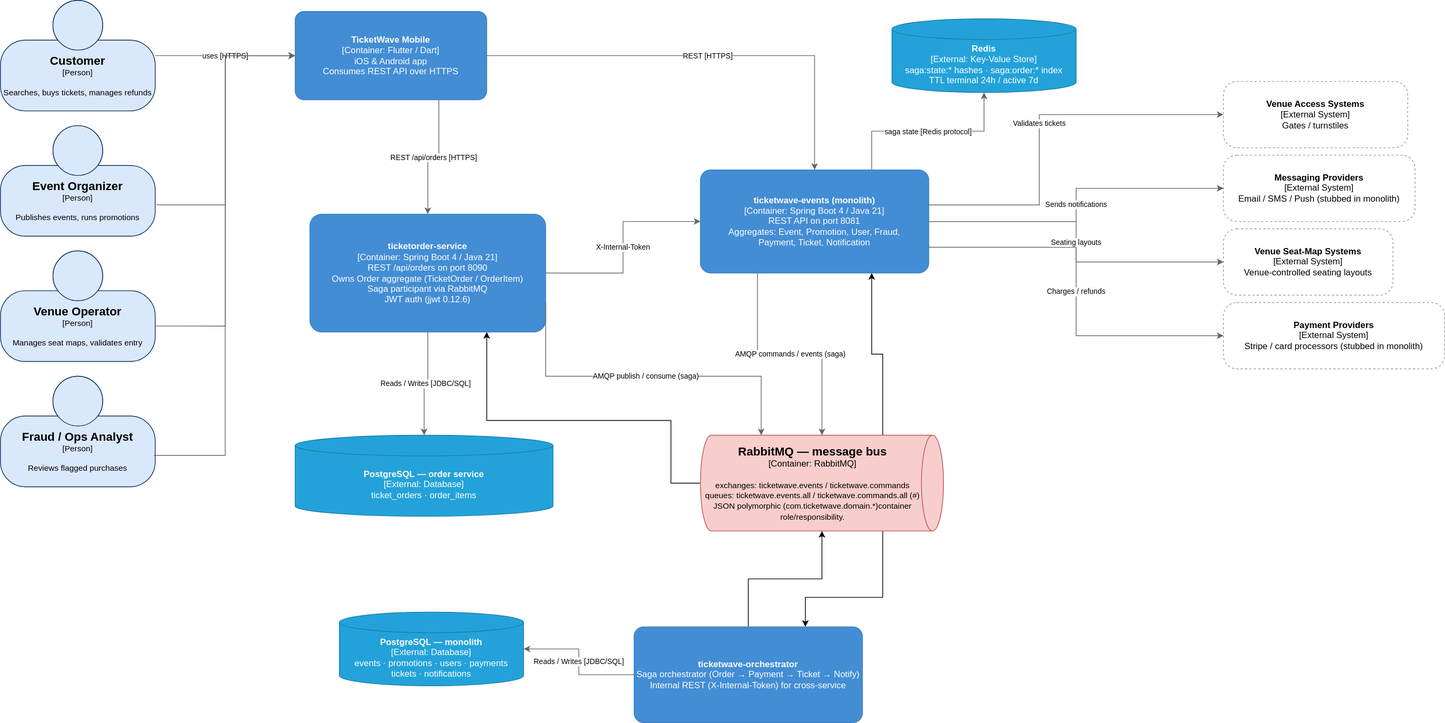
The draw.io diagram diagrams/c4model/ticketwave-c2-container.drawio.svg in Juanchoque1206/ticketwave-extract-service, before a commit. Source tidied: cells renumbered, new cells last; positions are measured from the earlier drawing's top-left corner, leaving out a move shared by most shapes.
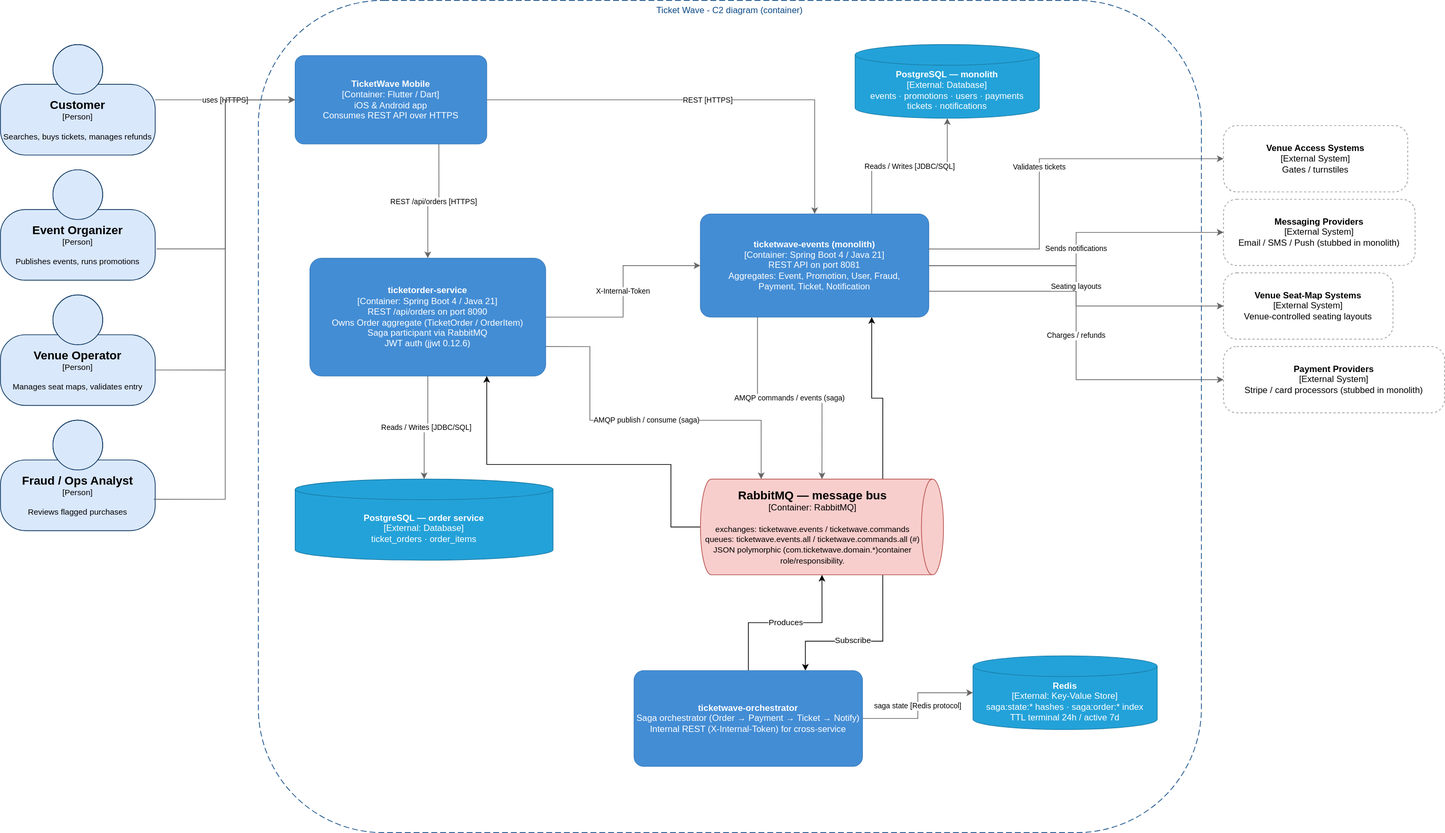
Later version of the same file.

The edit, as a diff of the source:
```diff
@@ -27,10 +27,10 @@
       <mxGeometry x="400" y="590" width="350" height="110" as="geometry" />
     </mxCell>
     <mxCell id="10" value="&lt;b&gt;Redis&lt;/b&gt;&lt;br&gt;[External: Key-Value Store]&lt;br&gt;saga:state:* hashes · saga:order:* index&lt;br&gt;TTL terminal 24h / active 7d" style="shape=cylinder3;whiteSpace=wrap;html=1;boundedLbl=1;backgroundOutline=1;size=14;fillColor=#23a2d9;strokeColor=#1a7da8;fontColor=#ffffff;" parent="1" vertex="1">
-      <mxGeometry x="1210" y="25" width="250" height="100" as="geometry" />
+      <mxGeometry x="1320" y="830" width="250" height="100" as="geometry" />
     </mxCell>
     <mxCell id="11" value="&lt;b&gt;PostgreSQL — monolith&lt;/b&gt;&lt;br&gt;[External: Database]&lt;br&gt;events · promotions · users · payments&lt;br&gt;tickets · notifications" style="shape=cylinder3;whiteSpace=wrap;html=1;boundedLbl=1;backgroundOutline=1;size=14;fillColor=#23a2d9;strokeColor=#1a7da8;fontColor=#ffffff;" parent="1" vertex="1">
-      <mxGeometry x="460" y="830" width="250" height="100" as="geometry" />
+      <mxGeometry x="1160" width="250" height="100" as="geometry" />
     </mxCell>
     <mxCell id="12" style="edgeStyle=orthogonalEdgeStyle;rounded=0;jettySize=auto;html=1;entryX=0.75;entryY=0;entryDx=0;entryDy=0;exitX=1;exitY=0.25;exitDx=0;exitDy=0;exitPerimeter=0;" parent="1" edge="1" source="37" target="36">
       <mxGeometry relative="1" as="geometry">
@@ -40,6 +40,11 @@
         </Array>
       </mxGeometry>
     </mxCell>
+    <mxCell id="38" value="Subscribe" style="edgeLabel;html=1;align=center;verticalAlign=middle;" parent="12" vertex="1">
+      <mxGeometry x="0.12" y="-2" relative="1" as="geometry">
+        <mxPoint x="-1" as="offset" />
+      </mxGeometry>
+    </mxCell>
     <mxCell id="13" style="edgeStyle=orthogonalEdgeStyle;rounded=0;jettySize=auto;html=1;entryX=0.75;entryY=1;entryDx=0;entryDy=0;exitX=0;exitY=0.25;exitDx=0;exitDy=0;exitPerimeter=0;" parent="1" edge="1" source="37" target="8">
       <mxGeometry relative="1" as="geometry" />
     </mxCell>
@@ -88,8 +93,9 @@
     <mxCell id="26" value="AMQP publish / consume (saga)" style="edgeStyle=orthogonalEdgeStyle;rounded=0;jettySize=auto;html=1;strokeColor=#666666;fontSize=10;entryX=0;entryY=0.75;entryDx=0;entryDy=0;exitX=1;exitY=0.75;exitDx=0;exitDy=0;entryPerimeter=0;" parent="1" edge="1" source="7" target="37">
       <mxGeometry relative="1" as="geometry">
         <Array as="points">
-          <mxPoint x="740" y="510" />
-          <mxPoint x="1033" y="510" />
+          <mxPoint x="800" y="410" />
+          <mxPoint x="800" y="510" />
+          <mxPoint x="1032" y="510" />
         </Array>
       </mxGeometry>
     </mxCell>
@@ -99,10 +105,10 @@
     <mxCell id="28" value="AMQP commands / events (saga)" style="edgeStyle=orthogonalEdgeStyle;rounded=0;jettySize=auto;html=1;strokeColor=#666666;fontSize=10;exitX=0.25;exitY=1;exitDx=0;exitDy=0;entryX=0;entryY=0.5;entryDx=0;entryDy=0;entryPerimeter=0;" parent="1" edge="1" source="8" target="37">
       <mxGeometry relative="1" as="geometry" />
     </mxCell>
-    <mxCell id="29" value="saga state [Redis protocol]" style="edgeStyle=orthogonalEdgeStyle;rounded=0;jettySize=auto;html=1;strokeColor=#666666;fontSize=10;exitX=0.75;exitY=0;exitDx=0;exitDy=0;" parent="1" edge="1" source="8" target="10">
+    <mxCell id="29" value="saga state [Redis protocol]" style="edgeStyle=orthogonalEdgeStyle;rounded=0;jettySize=auto;html=1;strokeColor=#666666;fontSize=10;exitX=1;exitY=0.5;exitDx=0;exitDy=0;" parent="1" edge="1" source="36" target="10">
       <mxGeometry relative="1" as="geometry" />
     </mxCell>
-    <mxCell id="30" value="Reads / Writes [JDBC/SQL]" style="edgeStyle=orthogonalEdgeStyle;rounded=0;jettySize=auto;html=1;strokeColor=#666666;fontSize=10;" parent="1" edge="1" source="36" target="11">
+    <mxCell id="30" value="Reads / Writes [JDBC/SQL]" style="edgeStyle=orthogonalEdgeStyle;rounded=0;jettySize=auto;html=1;strokeColor=#666666;fontSize=10;exitX=0.75;exitY=0;exitDx=0;exitDy=0;" parent="1" edge="1" source="8" target="11">
       <mxGeometry relative="1" as="geometry" />
     </mxCell>
     <mxCell id="31" value="Charges / refunds" style="edgeStyle=orthogonalEdgeStyle;rounded=0;jettySize=auto;html=1;strokeColor=#666666;fontSize=10;entryX=0;entryY=0.5;entryDx=0;entryDy=0;exitX=1;exitY=0.75;exitDx=0;exitDy=0;" parent="1" edge="1" source="8" target="15">
@@ -125,6 +131,9 @@
     <mxCell id="35" style="edgeStyle=orthogonalEdgeStyle;rounded=0;jettySize=auto;html=1;entryX=1;entryY=0.5;entryDx=0;entryDy=0;entryPerimeter=0;" parent="1" edge="1" source="36" target="37">
       <mxGeometry relative="1" as="geometry" />
     </mxCell>
+    <mxCell id="39" value="Produces" style="edgeLabel;html=1;align=center;verticalAlign=middle;" parent="35" vertex="1">
+      <mxGeometry y="1" relative="1" as="geometry" />
+    </mxCell>
     <mxCell id="36" value="&lt;b&gt;ticketwave-orchestrator&lt;/b&gt;&lt;br&gt;Saga orchestrator (Order → Payment → Ticket → Notify)&lt;br&gt;Internal REST (X-Internal-Token) for cross-service" style="rounded=1;whiteSpace=wrap;html=1;fillColor=#438dd5;strokeColor=#3c7fc0;fontColor=#ffffff;arcSize=10;" parent="1" vertex="1">
       <mxGeometry x="860" y="850" width="310" height="130" as="geometry" />
     </mxCell>
@@ -133,5 +142,8 @@
         <mxGeometry x="950" y="590" width="330" height="130" as="geometry" />
       </mxCell>
     </object>
+    <mxCell id="40" value="Ticket Wave - C2 diagram (container)" style="group;rounded=1;whiteSpace=wrap;html=1;dashed=1;strokeColor=#0b4884;fillColor=none;fontColor=#0b4884;dashPattern=8 4;" parent="1" vertex="1">
+      <mxGeometry x="350" y="-60" width="1280" height="1130" as="geometry" />
+    </mxCell>
   </root>
 </mxGraphModel>
```
